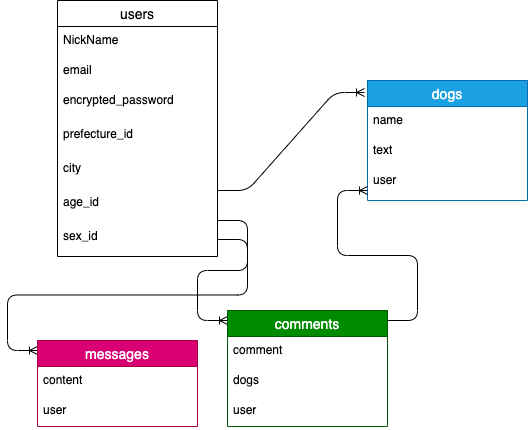
Earlier version of the draw.io export ER.drawio.png (ZYO-BAIKER/doggle). Source tidied: cells renumbered, new cells last; positions are measured from the earlier drawing's top-left corner, leaving out a move shared by most shapes.
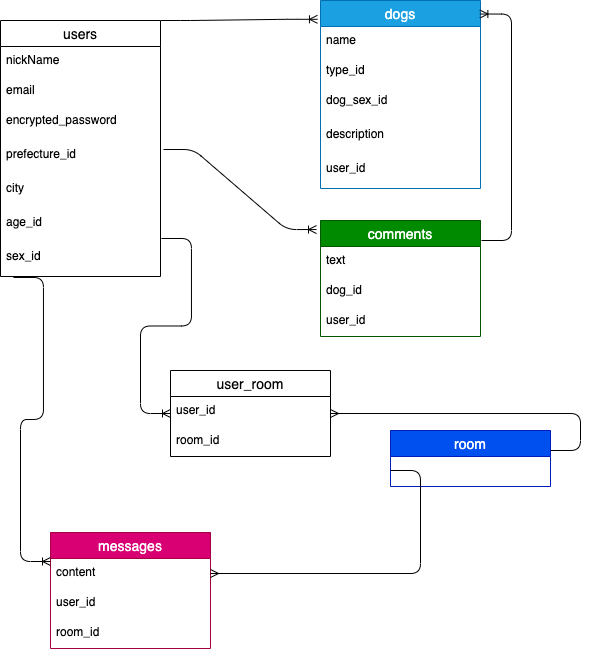
After the commit.

What changed in the source:
```diff
@@ -5,7 +5,7 @@
     <mxCell id="2" value="users" style="swimlane;fontStyle=0;horizontal=1;startSize=26;align=center;fontSize=14;" parent="1" vertex="1">
       <mxGeometry x="20" width="160" height="256" as="geometry" />
     </mxCell>
-    <mxCell id="3" value="NickName" style="text;strokeColor=none;fillColor=none;spacingLeft=4;spacingRight=4;overflow=hidden;fontSize=12;" parent="2" vertex="1">
+    <mxCell id="3" value="nickName" style="text;strokeColor=none;fillColor=none;spacingLeft=4;spacingRight=4;overflow=hidden;fontSize=12;" parent="2" vertex="1">
       <mxGeometry y="26" width="160" height="30" as="geometry" />
     </mxCell>
     <mxCell id="4" value="email" style="text;strokeColor=none;fillColor=none;spacingLeft=4;spacingRight=4;overflow=hidden;fontSize=12;" parent="2" vertex="1">
@@ -14,11 +14,6 @@
     <mxCell id="5" value="encrypted_password" style="text;strokeColor=none;fillColor=none;spacingLeft=4;spacingRight=4;overflow=hidden;fontSize=12;" parent="2" vertex="1">
       <mxGeometry y="86" width="160" height="34" as="geometry" />
     </mxCell>
-    <mxCell id="6" style="edgeStyle=entityRelationEdgeStyle;fontSize=12;html=1;endArrow=ERoneToMany;exitX=1;exitY=0.5;exitDx=0;exitDy=0;" parent="2" edge="1" source="10">
-      <mxGeometry relative="1" as="geometry">
-        <mxPoint x="-20" y="350" as="targetPoint" />
-      </mxGeometry>
-    </mxCell>
     <mxCell id="7" value="prefecture_id" style="text;strokeColor=none;fillColor=none;spacingLeft=4;spacingRight=4;overflow=hidden;fontSize=12;" parent="2" vertex="1">
       <mxGeometry y="120" width="160" height="34" as="geometry" />
     </mxCell>
@@ -31,55 +26,88 @@
     <mxCell id="10" value="sex_id" style="text;strokeColor=none;fillColor=none;spacingLeft=4;spacingRight=4;overflow=hidden;points=[[0,0.5],[1,0.5]];portConstraint=eastwest;fontSize=12;" parent="2" vertex="1">
       <mxGeometry y="222" width="160" height="34" as="geometry" />
     </mxCell>
-    <mxCell id="11" style="edgeStyle=entityRelationEdgeStyle;fontSize=12;html=1;endArrow=ERoneToMany;entryX=0;entryY=0;entryDx=0;entryDy=0;" parent="1" edge="1">
+    <mxCell id="11" style="edgeStyle=entityRelationEdgeStyle;fontSize=12;html=1;endArrow=ERoneToMany;entryX=-0.025;entryY=0.078;entryDx=0;entryDy=0;entryPerimeter=0;" parent="1" edge="1" target="16">
       <mxGeometry relative="1" as="geometry">
-        <mxPoint x="180" y="220" as="sourcePoint" />
-        <mxPoint x="190" y="320" as="targetPoint" />
+        <mxPoint x="183" y="129" as="sourcePoint" />
       </mxGeometry>
     </mxCell>
     <mxCell id="12" value="dogs" style="swimlane;fontStyle=0;horizontal=1;startSize=26;align=center;fontSize=14;fillColor=#1ba1e2;strokeColor=#006EAF;fontColor=#ffffff;" parent="1" vertex="1">
-      <mxGeometry x="330" y="80" width="160" height="120" as="geometry" />
+      <mxGeometry x="340" y="-20" width="160" height="188" as="geometry" />
     </mxCell>
     <mxCell id="13" value="name" style="text;strokeColor=none;fillColor=none;spacingLeft=4;spacingRight=4;overflow=hidden;fontSize=12;" parent="12" vertex="1">
       <mxGeometry y="26" width="160" height="30" as="geometry" />
     </mxCell>
-    <mxCell id="14" value="text&#10;&#10;" style="text;strokeColor=none;fillColor=none;spacingLeft=4;spacingRight=4;overflow=hidden;fontSize=12;" parent="12" vertex="1">
+    <mxCell id="14" value="type_id" style="text;strokeColor=none;fillColor=none;spacingLeft=4;spacingRight=4;overflow=hidden;fontSize=12;" parent="12" vertex="1">
       <mxGeometry y="56" width="160" height="30" as="geometry" />
     </mxCell>
-    <mxCell id="15" value="user" style="text;strokeColor=none;fillColor=none;spacingLeft=4;spacingRight=4;overflow=hidden;fontSize=12;" parent="12" vertex="1">
+    <mxCell id="15" value="dog_sex_id" style="text;strokeColor=none;fillColor=none;spacingLeft=4;spacingRight=4;overflow=hidden;fontSize=12;" parent="12" vertex="1">
       <mxGeometry y="86" width="160" height="34" as="geometry" />
     </mxCell>
+    <mxCell id="25" value="description" style="text;strokeColor=none;fillColor=none;spacingLeft=4;spacingRight=4;overflow=hidden;fontSize=12;" parent="12" vertex="1">
+      <mxGeometry y="120" width="160" height="34" as="geometry" />
+    </mxCell>
+    <mxCell id="26" value="user_id" style="text;strokeColor=none;fillColor=none;spacingLeft=4;spacingRight=4;overflow=hidden;fontSize=12;" parent="12" vertex="1">
+      <mxGeometry y="154" width="160" height="34" as="geometry" />
+    </mxCell>
     <mxCell id="16" value="comments" style="swimlane;fontStyle=0;horizontal=1;startSize=26;align=center;fontSize=14;fillColor=#008a00;strokeColor=#005700;fontColor=#ffffff;" parent="1" vertex="1">
-      <mxGeometry x="190" y="310" width="160" height="116" as="geometry" />
+      <mxGeometry x="340" y="200" width="160" height="116" as="geometry" />
     </mxCell>
-    <mxCell id="17" value="comment" style="text;strokeColor=none;fillColor=none;spacingLeft=4;spacingRight=4;overflow=hidden;fontSize=12;" parent="16" vertex="1">
+    <mxCell id="17" value="text" style="text;strokeColor=none;fillColor=none;spacingLeft=4;spacingRight=4;overflow=hidden;fontSize=12;" parent="16" vertex="1">
       <mxGeometry y="26" width="160" height="30" as="geometry" />
     </mxCell>
-    <mxCell id="18" value="dogs" style="text;strokeColor=none;fillColor=none;spacingLeft=4;spacingRight=4;overflow=hidden;fontSize=12;" parent="16" vertex="1">
+    <mxCell id="18" value="dog_id" style="text;strokeColor=none;fillColor=none;spacingLeft=4;spacingRight=4;overflow=hidden;fontSize=12;" parent="16" vertex="1">
       <mxGeometry y="56" width="160" height="30" as="geometry" />
     </mxCell>
-    <mxCell id="19" value="user" style="text;strokeColor=none;fillColor=none;spacingLeft=4;spacingRight=4;overflow=hidden;fontSize=12;" parent="16" vertex="1">
+    <mxCell id="19" value="user_id" style="text;strokeColor=none;fillColor=none;spacingLeft=4;spacingRight=4;overflow=hidden;fontSize=12;" parent="16" vertex="1">
       <mxGeometry y="86" width="160" height="30" as="geometry" />
     </mxCell>
-    <mxCell id="20" style="edgeStyle=entityRelationEdgeStyle;fontSize=12;html=1;endArrow=ERoneToMany;" parent="1" edge="1">
+    <mxCell id="20" style="edgeStyle=entityRelationEdgeStyle;fontSize=12;html=1;endArrow=ERoneToMany;entryX=0.996;entryY=0.072;entryDx=0;entryDy=0;entryPerimeter=0;" parent="1" edge="1" target="12">
       <mxGeometry relative="1" as="geometry">
-        <mxPoint x="350" y="320" as="sourcePoint" />
-        <mxPoint x="330" y="190" as="targetPoint" />
+        <mxPoint x="501" y="220" as="sourcePoint" />
       </mxGeometry>
     </mxCell>
-    <mxCell id="21" style="edgeStyle=entityRelationEdgeStyle;fontSize=12;html=1;endArrow=ERoneToMany;entryX=-0.019;entryY=0.1;entryDx=0;entryDy=0;entryPerimeter=0;" parent="1" edge="1" target="12">
-      <mxGeometry relative="1" as="geometry">
-        <mxPoint x="180" y="190" as="sourcePoint" />
-      </mxGeometry>
+    <mxCell id="21" style="edgeStyle=entityRelationEdgeStyle;fontSize=12;html=1;endArrow=ERoneToMany;entryX=-0.019;entryY=0.1;entryDx=0;entryDy=0;entryPerimeter=0;exitX=1;exitY=0;exitDx=0;exitDy=0;" parent="1" edge="1" source="2" target="12">
+      <mxGeometry relative="1" as="geometry" />
     </mxCell>
     <mxCell id="22" value="messages" style="swimlane;fontStyle=0;horizontal=1;startSize=26;align=center;fontSize=14;fillColor=#d80073;strokeColor=#A50040;fontColor=#ffffff;" parent="1" vertex="1">
-      <mxGeometry y="340" width="160" height="86" as="geometry" />
+      <mxGeometry x="70" y="512" width="160" height="116" as="geometry" />
     </mxCell>
     <mxCell id="23" value="content" style="text;strokeColor=none;fillColor=none;spacingLeft=4;spacingRight=4;overflow=hidden;points=[[0,0.5],[1,0.5]];portConstraint=eastwest;fontSize=12;" parent="22" vertex="1">
       <mxGeometry y="26" width="160" height="30" as="geometry" />
     </mxCell>
-    <mxCell id="24" value="user" style="text;strokeColor=none;fillColor=none;spacingLeft=4;spacingRight=4;overflow=hidden;fontSize=12;" parent="22" vertex="1">
+    <mxCell id="24" value="user_id" style="text;strokeColor=none;fillColor=none;spacingLeft=4;spacingRight=4;overflow=hidden;fontSize=12;" parent="22" vertex="1">
       <mxGeometry y="56" width="160" height="30" as="geometry" />
     </mxCell>
+    <mxCell id="27" value="room_id" style="text;strokeColor=none;fillColor=none;spacingLeft=4;spacingRight=4;overflow=hidden;fontSize=12;" parent="22" vertex="1">
+      <mxGeometry y="86" width="160" height="30" as="geometry" />
+    </mxCell>
+    <mxCell id="6" style="edgeStyle=entityRelationEdgeStyle;fontSize=12;html=1;endArrow=ERoneToMany;exitX=0.081;exitY=1.029;exitDx=0;exitDy=0;entryX=0;entryY=0.25;entryDx=0;entryDy=0;exitPerimeter=0;" parent="1" edge="1" source="10" target="22">
+      <mxGeometry relative="1" as="geometry" />
+    </mxCell>
+    <mxCell id="28" style="edgeStyle=entityRelationEdgeStyle;fontSize=12;html=1;endArrow=ERoneToMany;exitX=1.006;exitY=-0.118;exitDx=0;exitDy=0;exitPerimeter=0;" parent="1" edge="1" source="10" target="29">
+      <mxGeometry relative="1" as="geometry" />
+    </mxCell>
+    <mxCell id="29" value="user_room" style="swimlane;fontStyle=0;horizontal=1;startSize=26;align=center;fontSize=14;" parent="1" vertex="1">
+      <mxGeometry x="190" y="350" width="160" height="86" as="geometry" />
+    </mxCell>
+    <mxCell id="30" value="user_id" style="text;strokeColor=none;fillColor=none;spacingLeft=4;spacingRight=4;overflow=hidden;fontSize=12;" parent="29" vertex="1">
+      <mxGeometry y="26" width="160" height="30" as="geometry" />
+    </mxCell>
+    <mxCell id="31" value="room_id" style="text;strokeColor=none;fillColor=none;spacingLeft=4;spacingRight=4;overflow=hidden;fontSize=12;" parent="29" vertex="1">
+      <mxGeometry y="56" width="160" height="30" as="geometry" />
+    </mxCell>
+    <mxCell id="32" value="room" style="swimlane;fontStyle=0;horizontal=1;startSize=26;align=center;fontSize=14;fillColor=#0050ef;strokeColor=#001DBC;fontColor=#ffffff;" parent="1" vertex="1">
+      <mxGeometry x="410" y="410" width="160" height="56" as="geometry" />
+    </mxCell>
+    <mxCell id="33" style="edgeStyle=entityRelationEdgeStyle;fontSize=12;html=1;endArrow=ERmany;entryX=1;entryY=0.5;entryDx=0;entryDy=0;" parent="32" edge="1" target="23">
+      <mxGeometry relative="1" as="geometry">
+        <mxPoint y="40" as="sourcePoint" />
+      </mxGeometry>
+    </mxCell>
+    <mxCell id="34" style="edgeStyle=entityRelationEdgeStyle;fontSize=12;html=1;endArrow=ERmany;" parent="1" edge="1" target="29">
+      <mxGeometry relative="1" as="geometry">
+        <mxPoint x="570" y="430" as="sourcePoint" />
+      </mxGeometry>
+    </mxCell>
   </root>
 </mxGraphModel>
```
